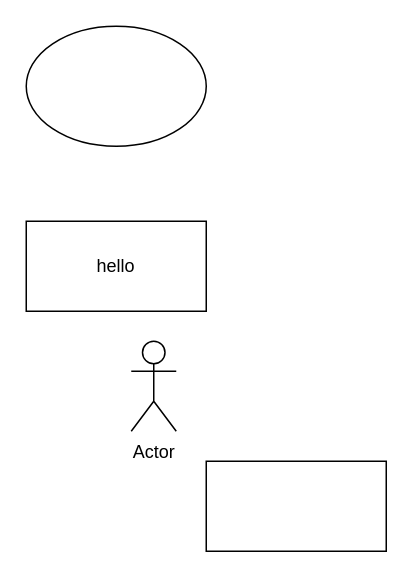
Above: data/Unbenanntes Diagramm.drawio in maxschwalenberg/methods_in_ai_research_03 (draw.io), before the change. Source tidied: cells renumbered, new cells numbered last; positions are measured from the earlier drawing's top-left corner, leaving out a move shared by most shapes. Both pictures are drawn from the tidied source at 150%, with x=0, y=0 at pixel (26, 26).
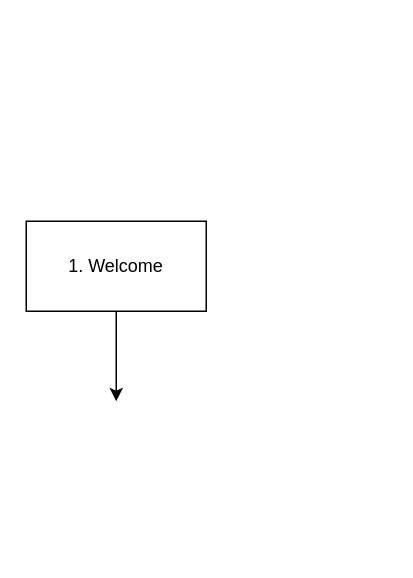
Above is the later version.

What changed in the source:
```diff
@@
 <mxGraphModel>
   <root>
     <mxCell id="0" />
     <mxCell id="1" parent="0" />
-    <mxCell id="2" value="Actor" style="shape=umlActor;verticalLabelPosition=bottom;verticalAlign=top;html=1;" parent="1" vertex="1">
-      <mxGeometry x="70" y="210" width="30" height="60" as="geometry" />
-    </mxCell>
-    <mxCell id="3" style="rounded=0;whiteSpace=wrap;html=1;" parent="1" vertex="1">
-      <mxGeometry x="120" y="290" width="120" height="60" as="geometry" />
-    </mxCell>
-    <mxCell id="4" value="hello" style="rounded=0;whiteSpace=wrap;html=1;" parent="1" vertex="1">
+    <mxCell id="4" value="1. Welcome" style="rounded=0;whiteSpace=wrap;html=1;" parent="1" vertex="1">
       <mxGeometry y="130" width="120" height="60" as="geometry" />
     </mxCell>
-    <mxCell id="5" style="ellipse;whiteSpace=wrap;html=1;" parent="1" vertex="1">
-      <mxGeometry width="120" height="80" as="geometry" />
-    </mxCell>
+    <mxCell id="6" style="endArrow=classic;html=1;rounded=0;exitX=0.5;exitY=1;exitDx=0;exitDy=0;" parent="1" edge="1" source="4">
+      <mxGeometry relative="1" as="geometry">
+        <mxPoint x="60" y="250" as="targetPoint" />
+      </mxGeometry>
+    </mxCell>
   </root>
 </mxGraphModel>
```
